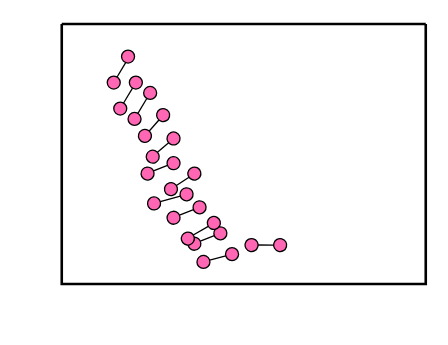
mauhin/auto keeps this draw.io diagram as 哑铃分布t=0.1.drawio. Above is the earlier version. Source tidied: cells renumbered, new cells numbered last; positions are measured from the earlier drawing's top-left corner, leaving out a move shared by most shapes. Both pictures are drawn from the tidied source at 130%, with x=0, y=0 at pixel (61, 23).
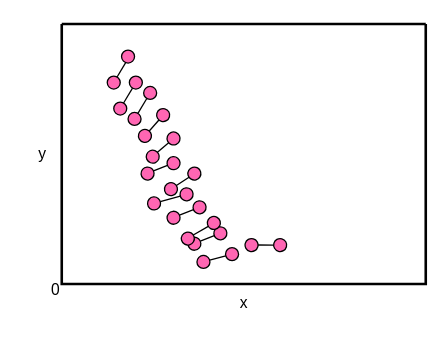
The same diagram, later.

Commit message:
更新哑铃分布t=0.1.drawio

The edit, as a diff of the source:
```diff
@@
+    <mxCell id="54" value="x" style="text;html=1;align=center;verticalAlign=middle;strokeColor=none;fillColor=none;" parent="1" vertex="1">
+      <mxGeometry x="125" y="200" width="30" height="30" as="geometry" />
+    </mxCell>
+    <mxCell id="55" value="y" style="text;html=1;align=center;verticalAlign=middle;strokeColor=none;fillColor=none;" parent="1" vertex="1">
+      <mxGeometry x="-30" y="85" width="30" height="30" as="geometry" />
+    </mxCell>
+    <mxCell id="56" value="0" style="text;html=1;align=center;verticalAlign=middle;strokeColor=none;fillColor=none;" parent="1" vertex="1">
+      <mxGeometry x="-20" y="190" width="30" height="30" as="geometry" />
+    </mxCell>
```
